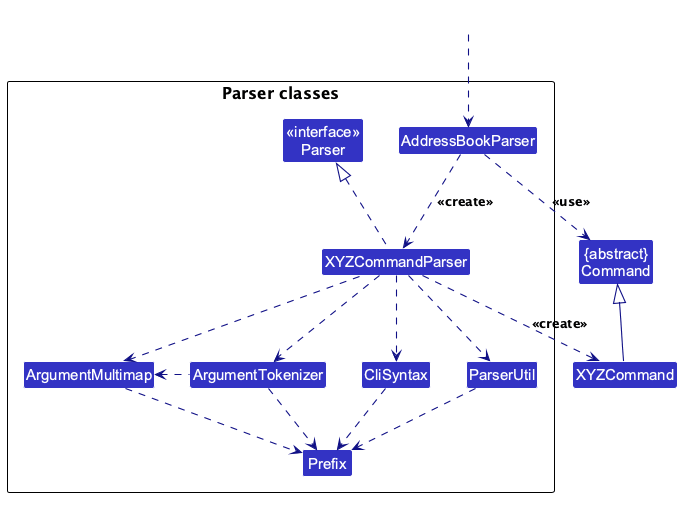
AY2627S1-CS2103T-T09-1/tp keeps this PlantUML diagram as docs/images/ParserClasses.png. Above is the earlier version.
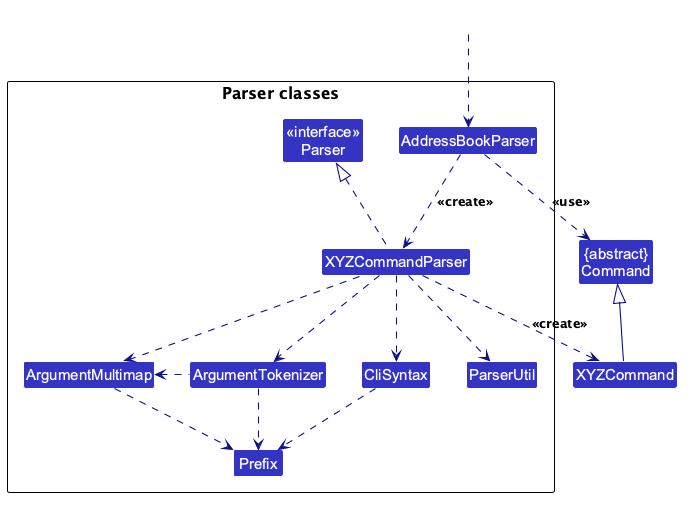
Later version of the same file.

Commit message:
DG: Remove ParserUtil dependency on Prefix

ParserUtil no longer reads prefixes, so the parser class diagram should
not show it depending on Prefix.

What changed in the source:
```diff
@@ -33,7 +33,6 @@
 XYZCommandParser ..> CliSyntax
 CliSyntax ..> Prefix
 XYZCommandParser ..> ParserUtil
-ParserUtil .down.> Prefix
 ArgumentTokenizer .down.> Prefix
 XYZCommand -up-|> Command
 @enduml
```
